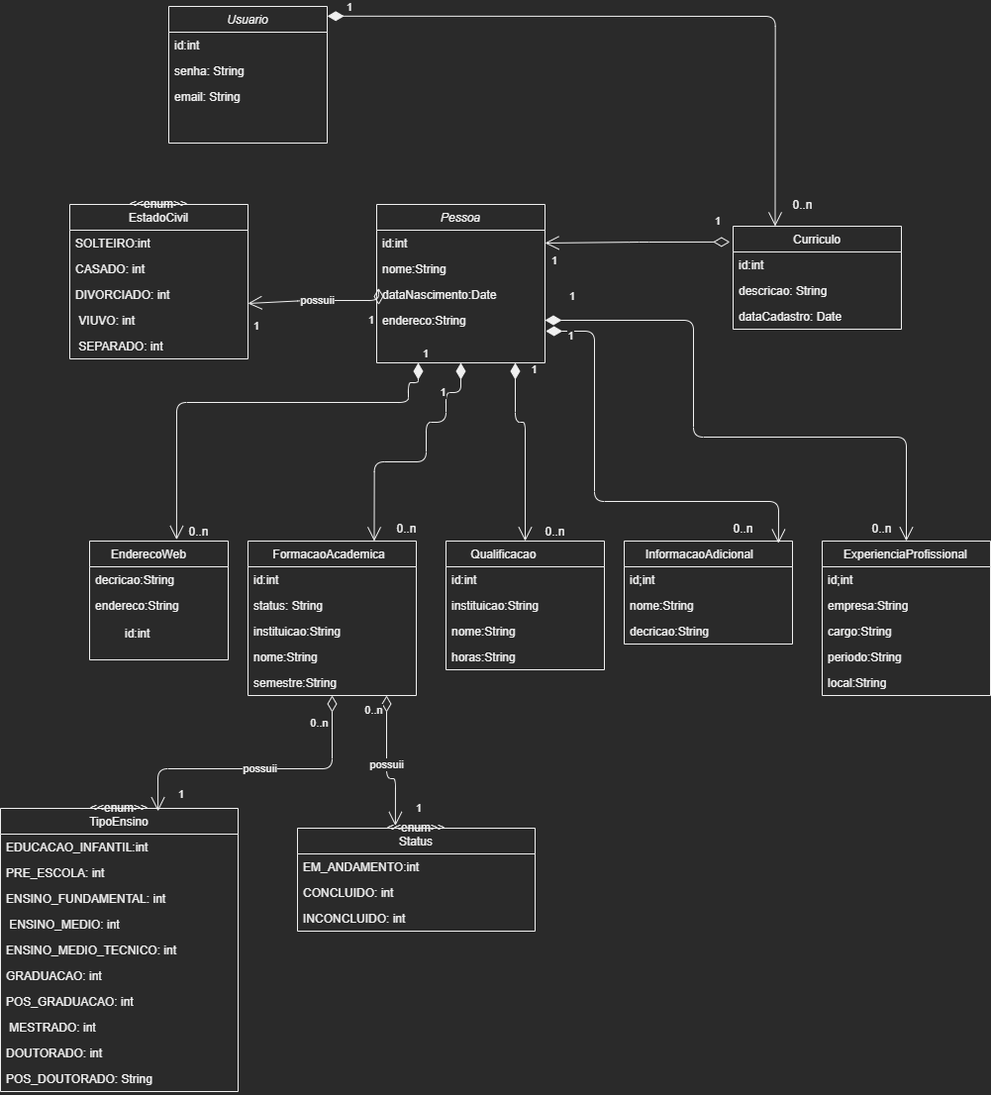
The draw.io diagram Documentação/Diagrama de Classes - TP 2.png in LuizFreitas225/Curriculos-GGAC, before a commit. Source tidied: cells renumbered, new cells last; positions are measured from the earlier drawing's top-left corner, leaving out a move shared by most shapes.
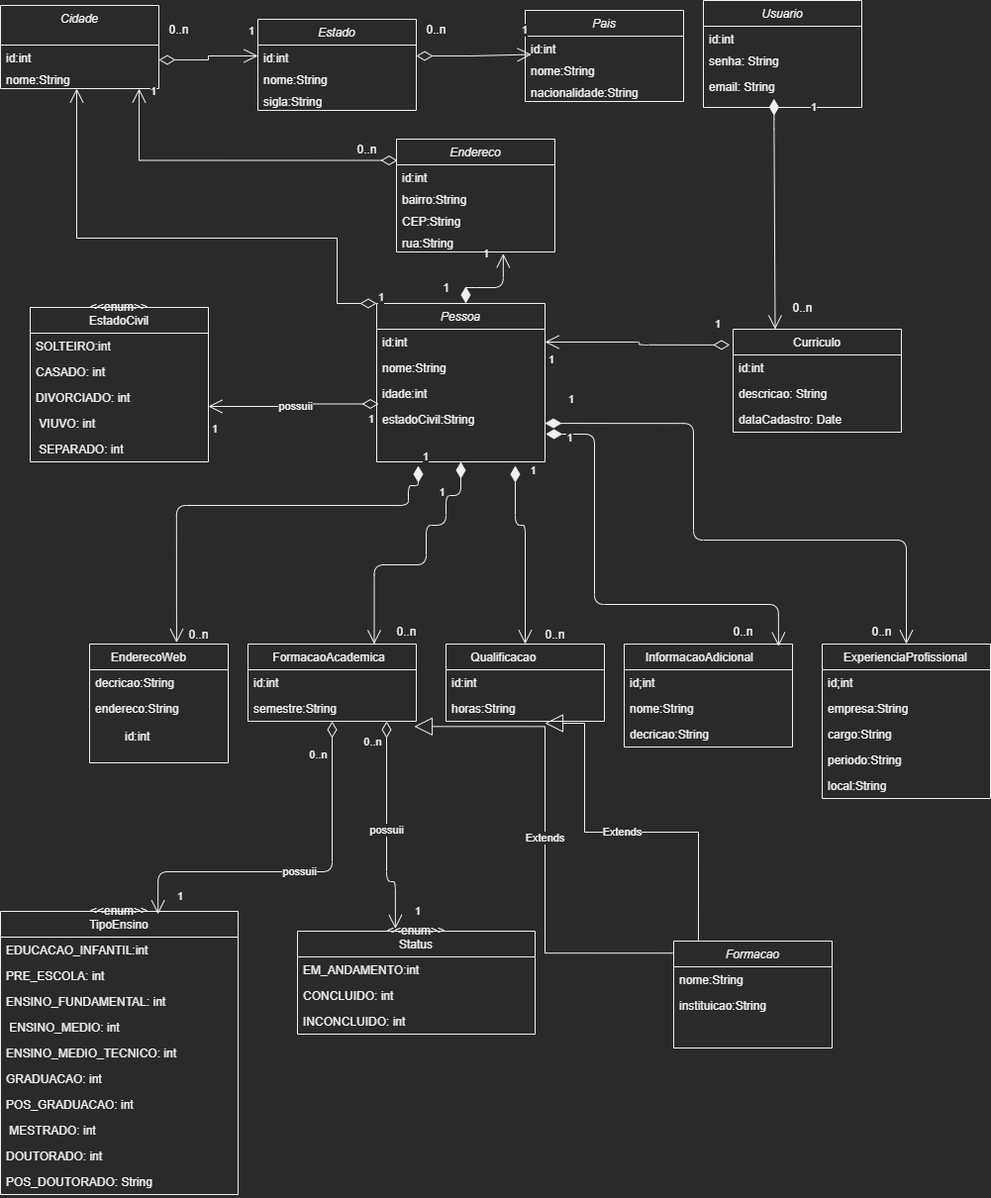
After the change.

Change to the diagram source:
```diff
@@ -5,12 +5,12 @@
     <mxCell id="2" value="Usuario" style="swimlane;fontStyle=2;align=center;verticalAlign=top;horizontal=1;startSize=26;rounded=0;shadow=0;strokeWidth=1;" parent="1" vertex="1">
-      <mxGeometry x="170" width="160" height="138" as="geometry" />
+      <mxGeometry x="710" y="-110" width="160" height="108" as="geometry" />
     </mxCell>
     <mxCell id="3" value="id:int" style="text;align=left;verticalAlign=top;spacingLeft=4;spacingRight=4;overflow=hidden;rounded=0;shadow=0;html=0;" parent="2" vertex="1">
-      <mxGeometry y="26" width="160" height="26" as="geometry" />
+      <mxGeometry y="26" width="160" height="22" as="geometry" />
     </mxCell>
     <mxCell id="4" value="senha: String " style="text;align=left;verticalAlign=top;spacingLeft=4;spacingRight=4;overflow=hidden;rounded=0;shadow=0;html=0;" parent="2" vertex="1">
-      <mxGeometry y="52" width="160" height="26" as="geometry" />
+      <mxGeometry y="48" width="160" height="26" as="geometry" />
     </mxCell>
     <mxCell id="5" value="email: String&#10;" style="text;align=left;verticalAlign=top;spacingLeft=4;spacingRight=4;overflow=hidden;points=[[0,0.5],[1,0.5]];portConstraint=eastwest;rounded=0;shadow=0;html=0;" parent="2" vertex="1">
-      <mxGeometry y="78" width="160" height="26" as="geometry" />
+      <mxGeometry y="74" width="160" height="26" as="geometry" />
     </mxCell>
@@ -29,3 +29,3 @@
     <mxCell id="10" value="&lt;&lt;enum&gt;&gt; &#10;EstadoCivil&#10;" style="swimlane;fontStyle=0;horizontal=1;startSize=26;" parent="1" vertex="1">
-      <mxGeometry x="70" y="200" width="180" height="156" as="geometry" />
+      <mxGeometry x="30" y="200" width="180" height="156" as="geometry" />
     </mxCell>
@@ -59,3 +59,3 @@
     <mxCell id="20" value="       FormacaoAcademica" style="swimlane;fontStyle=0;horizontal=1;startSize=26;fillColor=none;align=left;verticalAlign=top;" parent="1" vertex="1">
-      <mxGeometry x="250" y="540" width="170" height="156" as="geometry" />
+      <mxGeometry x="250" y="540" width="170" height="78" as="geometry" />
     </mxCell>
@@ -64,13 +64,4 @@
     </mxCell>
-    <mxCell id="22" value="status: String" style="text;strokeColor=none;fillColor=none;align=left;verticalAlign=top;spacingLeft=4;spacingRight=4;overflow=hidden;" parent="20" vertex="1">
-      <mxGeometry y="52" width="170" height="26" as="geometry" />
-    </mxCell>
-    <mxCell id="23" value="instituicao:String" style="text;strokeColor=none;fillColor=none;align=left;verticalAlign=top;spacingLeft=4;spacingRight=4;overflow=hidden;" parent="20" vertex="1">
-      <mxGeometry y="78" width="170" height="26" as="geometry" />
-    </mxCell>
-    <mxCell id="24" value="nome:String" style="text;strokeColor=none;fillColor=none;align=left;verticalAlign=top;spacingLeft=4;spacingRight=4;overflow=hidden;" parent="20" vertex="1">
-      <mxGeometry y="104" width="170" height="26" as="geometry" />
-    </mxCell>
     <mxCell id="25" value="semestre:String" style="text;strokeColor=none;fillColor=none;align=left;verticalAlign=top;spacingLeft=4;spacingRight=4;overflow=hidden;points=[[0,0.5],[1,0.5]];portConstraint=eastwest;" parent="20" vertex="1">
-      <mxGeometry y="130" width="170" height="26" as="geometry" />
+      <mxGeometry y="52" width="170" height="26" as="geometry" />
     </mxCell>
@@ -110,3 +101,3 @@
     <mxCell id="37" value="       Qualificacao" style="swimlane;fontStyle=0;horizontal=1;startSize=26;fillColor=none;align=left;verticalAlign=top;" parent="1" vertex="1">
-      <mxGeometry x="450" y="540" width="160" height="130" as="geometry" />
+      <mxGeometry x="450" y="540" width="160" height="78" as="geometry" />
     </mxCell>
@@ -115,10 +106,4 @@
     </mxCell>
-    <mxCell id="39" value="instituicao:String" style="text;strokeColor=none;fillColor=none;align=left;verticalAlign=top;spacingLeft=4;spacingRight=4;overflow=hidden;" parent="37" vertex="1">
-      <mxGeometry y="52" width="160" height="26" as="geometry" />
-    </mxCell>
-    <mxCell id="40" value="nome:String" style="text;strokeColor=none;fillColor=none;align=left;verticalAlign=top;spacingLeft=4;spacingRight=4;overflow=hidden;" parent="37" vertex="1">
-      <mxGeometry y="78" width="160" height="26" as="geometry" />
-    </mxCell>
     <mxCell id="41" value="horas:String" style="text;strokeColor=none;fillColor=none;align=left;verticalAlign=top;spacingLeft=4;spacingRight=4;overflow=hidden;" parent="37" vertex="1">
-      <mxGeometry y="104" width="160" height="26" as="geometry" />
+      <mxGeometry y="52" width="160" height="26" as="geometry" />
     </mxCell>
@@ -155,4 +140,13 @@
     <mxCell id="52" value="Pessoa" style="swimlane;fontStyle=2;align=center;verticalAlign=top;horizontal=1;startSize=26;rounded=0;shadow=0;strokeWidth=1;" parent="1" vertex="1">
-      <mxGeometry x="380" y="200" width="170" height="160" as="geometry" />
+      <mxGeometry x="380" y="196" width="170" height="160" as="geometry" />
     </mxCell>
+    <mxCell id="88" value="1" style="endArrow=open;html=1;endSize=12;startArrow=diamondThin;startSize=14;startFill=1;edgeStyle=orthogonalEdgeStyle;align=left;verticalAlign=bottom;exitX=1;exitY=0.5;exitDx=0;exitDy=0;entryX=0.674;entryY=1.078;entryDx=0;entryDy=0;entryPerimeter=0;" parent="52" edge="1" target="112">
+      <mxGeometry x="0.76" y="22" relative="1" as="geometry">
+        <mxPoint x="90" y="-0.1" as="sourcePoint" />
+        <Array as="points">
+          <mxPoint x="90" y="-16" />
+          <mxPoint x="128" y="-16" />
+        </Array>
+      </mxGeometry>
+    </mxCell>
     <mxCell id="53" value="id:int" style="text;align=left;verticalAlign=top;spacingLeft=4;spacingRight=4;overflow=hidden;points=[[0,0.5],[1,0.5]];portConstraint=eastwest;rounded=0;shadow=0;html=0;" parent="52" vertex="1">
@@ -163,8 +157,8 @@
     </mxCell>
-    <mxCell id="55" value="dataNascimento:Date" style="text;align=left;verticalAlign=top;spacingLeft=4;spacingRight=4;overflow=hidden;points=[[0,0.5],[1,0.5]];portConstraint=eastwest;rounded=0;shadow=0;html=0;" parent="52" vertex="1">
+    <mxCell id="55" value="idade:int" style="text;align=left;verticalAlign=top;spacingLeft=4;spacingRight=4;overflow=hidden;points=[[0,0.5],[1,0.5]];portConstraint=eastwest;rounded=0;shadow=0;html=0;" parent="52" vertex="1">
       <mxGeometry y="78" width="170" height="26" as="geometry" />
     </mxCell>
-    <mxCell id="56" value="endereco:String " style="text;align=left;verticalAlign=top;spacingLeft=4;spacingRight=4;overflow=hidden;points=[[0,0.5],[1,0.5]];portConstraint=eastwest;rounded=0;shadow=0;html=0;" parent="52" vertex="1">
-      <mxGeometry y="104" width="170" height="26" as="geometry" />
-    </mxCell>
+    <mxCell id="89" value="estadoCivil:String " style="text;align=left;verticalAlign=top;spacingLeft=4;spacingRight=4;overflow=hidden;rounded=0;shadow=0;html=0;" parent="52" vertex="1">
+      <mxGeometry y="104" width="170" height="26" as="geometry" />
+    </mxCell>
     <mxCell id="57" value="possuii" style="endArrow=open;html=1;endSize=12;startArrow=diamondThin;startSize=14;startFill=0;edgeStyle=orthogonalEdgeStyle;entryX=1;entryY=-0.154;entryDx=0;entryDy=0;entryPerimeter=0;exitX=0.012;exitY=0.903;exitDx=0;exitDy=0;exitPerimeter=0;" parent="1" edge="1" source="55" target="14">
@@ -270,4 +264,5 @@
     </mxCell>
-    <mxCell id="74" style="endArrow=open;html=1;endSize=12;startArrow=diamondThin;startSize=14;startFill=1;edgeStyle=orthogonalEdgeStyle;align=left;verticalAlign=bottom;entryX=0.917;entryY=0.021;entryDx=0;entryDy=0;entryPerimeter=0;exitX=1.004;exitY=0.923;exitDx=0;exitDy=0;exitPerimeter=0;" parent="1" edge="1" source="56" target="48">
+    <mxCell id="74" style="endArrow=open;html=1;endSize=12;startArrow=diamondThin;startSize=14;startFill=1;edgeStyle=orthogonalEdgeStyle;align=left;verticalAlign=bottom;entryX=0.917;entryY=0.021;entryDx=0;entryDy=0;entryPerimeter=0;exitX=1.004;exitY=0.923;exitDx=0;exitDy=0;exitPerimeter=0;" parent="1" edge="1" target="48">
       <mxGeometry x="-0.92" y="17" relative="1" as="geometry">
+        <mxPoint x="550.7" y="328" as="sourcePoint" />
         <Array as="points">
@@ -287,4 +282,5 @@
     </mxCell>
-    <mxCell id="77" value="1" style="endArrow=open;html=1;endSize=12;startArrow=diamondThin;startSize=14;startFill=1;edgeStyle=orthogonalEdgeStyle;align=left;verticalAlign=bottom;" parent="1" edge="1" source="56" target="42">
+    <mxCell id="77" value="1" style="endArrow=open;html=1;endSize=12;startArrow=diamondThin;startSize=14;startFill=1;edgeStyle=orthogonalEdgeStyle;align=left;verticalAlign=bottom;" parent="1" edge="1" target="42">
       <mxGeometry x="-0.93" y="15" relative="1" as="geometry">
+        <mxPoint x="550" y="317.1" as="sourcePoint" />
         <Array as="points">
@@ -299,7 +295,6 @@
     </mxCell>
-    <mxCell id="79" value="1" style="endArrow=open;html=1;endSize=12;startArrow=diamondThin;startSize=14;startFill=1;edgeStyle=orthogonalEdgeStyle;align=left;verticalAlign=bottom;exitX=1.001;exitY=0.071;exitDx=0;exitDy=0;exitPerimeter=0;entryX=0.25;entryY=0;entryDx=0;entryDy=0;" parent="1" edge="1" source="2" target="6">
+    <mxCell id="79" value="1" style="endArrow=open;html=1;endSize=12;startArrow=diamondThin;startSize=14;startFill=1;edgeStyle=orthogonalEdgeStyle;align=left;verticalAlign=bottom;entryX=0.25;entryY=0;entryDx=0;entryDy=0;exitX=0.446;exitY=0.973;exitDx=0;exitDy=0;exitPerimeter=0;" parent="1" edge="1" source="5" target="6">
       <mxGeometry x="-1" y="18" relative="1" as="geometry">
         <Array as="points">
-          <mxPoint x="333" y="10" />
-          <mxPoint x="773" y="10" />
+          <mxPoint x="781" y="10" />
         </Array>
@@ -341,2 +336,107 @@
     </mxCell>
+    <mxCell id="90" value="Cidade" style="swimlane;fontStyle=2;align=center;verticalAlign=top;horizontal=1;startSize=40;rounded=0;shadow=0;strokeWidth=1;" parent="1" vertex="1">
+      <mxGeometry y="-105" width="160" height="84" as="geometry" />
+    </mxCell>
+    <mxCell id="91" value="id:int" style="text;align=left;verticalAlign=top;spacingLeft=4;spacingRight=4;overflow=hidden;rounded=0;shadow=0;html=0;" parent="90" vertex="1">
+      <mxGeometry y="40" width="160" height="22" as="geometry" />
+    </mxCell>
+    <mxCell id="92" value="nome:String" style="text;align=left;verticalAlign=top;spacingLeft=4;spacingRight=4;overflow=hidden;points=[[0,0.5],[1,0.5]];portConstraint=eastwest;rounded=0;shadow=0;html=0;" parent="90" vertex="1">
+      <mxGeometry y="62" width="160" height="22" as="geometry" />
+    </mxCell>
+    <mxCell id="93" value="1" style="endArrow=open;html=1;endSize=12;startArrow=diamondThin;startSize=14;startFill=0;edgeStyle=orthogonalEdgeStyle;align=left;verticalAlign=bottom;rounded=0;exitX=0.006;exitY=0.189;exitDx=0;exitDy=0;exitPerimeter=0;" parent="90" edge="1" source="108">
+      <mxGeometry x="0.93" y="-10" relative="1" as="geometry">
+        <mxPoint x="140" y="84" as="targetPoint" />
+        <Array as="points">
+          <mxPoint x="140" y="157" />
+        </Array>
+      </mxGeometry>
+    </mxCell>
+    <mxCell id="94" value="Pais" style="swimlane;fontStyle=2;align=center;verticalAlign=top;horizontal=1;startSize=26;rounded=0;shadow=0;strokeWidth=1;" parent="1" vertex="1">
+      <mxGeometry x="530" y="-100" width="160" height="92" as="geometry" />
+    </mxCell>
+    <mxCell id="95" value="id:int" style="text;align=left;verticalAlign=top;spacingLeft=4;spacingRight=4;overflow=hidden;rounded=0;shadow=0;html=0;" parent="94" vertex="1">
+      <mxGeometry y="26" width="160" height="22" as="geometry" />
+    </mxCell>
+    <mxCell id="96" value="nome:String" style="text;align=left;verticalAlign=top;spacingLeft=4;spacingRight=4;overflow=hidden;points=[[0,0.5],[1,0.5]];portConstraint=eastwest;rounded=0;shadow=0;html=0;" parent="94" vertex="1">
+      <mxGeometry y="48" width="160" height="22" as="geometry" />
+    </mxCell>
+    <mxCell id="97" value="nacionalidade:String" style="text;align=left;verticalAlign=top;spacingLeft=4;spacingRight=4;overflow=hidden;rounded=0;shadow=0;html=0;" parent="94" vertex="1">
+      <mxGeometry y="70" width="160" height="22" as="geometry" />
+    </mxCell>
+    <mxCell id="98" value="Estado" style="swimlane;fontStyle=2;align=center;verticalAlign=top;horizontal=1;startSize=26;rounded=0;shadow=0;strokeWidth=1;" parent="1" vertex="1">
+      <mxGeometry x="260" y="-91" width="160" height="92" as="geometry" />
+    </mxCell>
+    <mxCell id="99" value="id:int" style="text;align=left;verticalAlign=top;spacingLeft=4;spacingRight=4;overflow=hidden;points=[[0,0.5],[1,0.5]];portConstraint=eastwest;rounded=0;shadow=0;html=0;" parent="98" vertex="1">
+      <mxGeometry y="26" width="160" height="22" as="geometry" />
+    </mxCell>
+    <mxCell id="100" value="nome:String" style="text;align=left;verticalAlign=top;spacingLeft=4;spacingRight=4;overflow=hidden;rounded=0;shadow=0;html=0;" parent="98" vertex="1">
+      <mxGeometry y="48" width="160" height="22" as="geometry" />
+    </mxCell>
+    <mxCell id="101" value="sigla:String" style="text;align=left;verticalAlign=top;spacingLeft=4;spacingRight=4;overflow=hidden;rounded=0;shadow=0;html=0;" parent="98" vertex="1">
+      <mxGeometry y="70" width="160" height="22" as="geometry" />
+    </mxCell>
+    <mxCell id="102" value="1" style="text;html=1;align=center;verticalAlign=middle;fillColor=none;strokeColor=none;rounded=0;" parent="1" vertex="1">
+      <mxGeometry x="440" y="170" width="20" height="20" as="geometry" />
+    </mxCell>
+    <mxCell id="103" value="0..n" style="text;html=1;align=center;verticalAlign=middle;fillColor=none;strokeColor=none;rounded=0;" parent="1" vertex="1">
+      <mxGeometry x="420" y="-91" width="40" height="20" as="geometry" />
+    </mxCell>
+    <mxCell id="104" value="0..n" style="text;html=1;align=center;verticalAlign=middle;fillColor=none;strokeColor=none;rounded=0;" parent="1" vertex="1">
+      <mxGeometry x="160" y="-91" width="40" height="20" as="geometry" />
+    </mxCell>
+    <mxCell id="105" value="Formacao" style="swimlane;fontStyle=2;align=center;verticalAlign=top;horizontal=1;startSize=26;rounded=0;shadow=0;strokeWidth=1;" parent="1" vertex="1">
+      <mxGeometry x="680" y="840" width="160" height="108" as="geometry" />
+    </mxCell>
+    <mxCell id="40" value="nome:String" style="text;strokeColor=none;fillColor=none;align=left;verticalAlign=top;spacingLeft=4;spacingRight=4;overflow=hidden;" parent="105" vertex="1">
+      <mxGeometry y="26" width="160" height="26" as="geometry" />
+    </mxCell>
+    <mxCell id="23" value="instituicao:String" style="text;strokeColor=none;fillColor=none;align=left;verticalAlign=top;spacingLeft=4;spacingRight=4;overflow=hidden;" parent="105" vertex="1">
+      <mxGeometry y="52" width="160" height="26" as="geometry" />
+    </mxCell>
+    <mxCell id="106" value="Extends" style="endArrow=block;endSize=16;endFill=0;html=1;rounded=0;edgeStyle=orthogonalEdgeStyle;exitX=0.156;exitY=-0.007;exitDx=0;exitDy=0;exitPerimeter=0;" parent="1" edge="1" source="105">
+      <mxGeometry relative="1" as="geometry">
+        <mxPoint x="550" y="620" as="targetPoint" />
+        <Array as="points">
+          <mxPoint x="705" y="730" />
+          <mxPoint x="590" y="730" />
+          <mxPoint x="590" y="620" />
+        </Array>
+      </mxGeometry>
+    </mxCell>
+    <mxCell id="107" value="Extends" style="endArrow=block;endSize=16;endFill=0;html=1;rounded=0;edgeStyle=orthogonalEdgeStyle;exitX=-0.006;exitY=0.113;exitDx=0;exitDy=0;exitPerimeter=0;entryX=0.988;entryY=1.204;entryDx=0;entryDy=0;entryPerimeter=0;" parent="1" edge="1" source="105" target="25">
+      <mxGeometry relative="1" as="geometry" />
+    </mxCell>
+    <mxCell id="108" value="Endereco" style="swimlane;fontStyle=2;align=center;verticalAlign=top;horizontal=1;startSize=26;rounded=0;shadow=0;strokeWidth=1;" parent="1" vertex="1">
+      <mxGeometry x="400" y="30" width="160" height="114" as="geometry" />
+    </mxCell>
+    <mxCell id="109" value="id:int" style="text;align=left;verticalAlign=top;spacingLeft=4;spacingRight=4;overflow=hidden;rounded=0;shadow=0;html=0;" parent="108" vertex="1">
+      <mxGeometry y="26" width="160" height="22" as="geometry" />
+    </mxCell>
+    <mxCell id="110" value="bairro:String" style="text;align=left;verticalAlign=top;spacingLeft=4;spacingRight=4;overflow=hidden;rounded=0;shadow=0;html=0;" parent="108" vertex="1">
+      <mxGeometry y="48" width="160" height="22" as="geometry" />
+    </mxCell>
+    <mxCell id="111" value="CEP:String" style="text;align=left;verticalAlign=top;spacingLeft=4;spacingRight=4;overflow=hidden;rounded=0;shadow=0;html=0;" parent="108" vertex="1">
+      <mxGeometry y="70" width="160" height="22" as="geometry" />
+    </mxCell>
+    <mxCell id="112" value="rua:String" style="text;align=left;verticalAlign=top;spacingLeft=4;spacingRight=4;overflow=hidden;points=[[0,0.5],[1,0.5]];portConstraint=eastwest;rounded=0;shadow=0;html=0;" parent="108" vertex="1">
+      <mxGeometry y="92" width="160" height="22" as="geometry" />
+    </mxCell>
+    <mxCell id="113" value="1" style="endArrow=open;html=1;endSize=12;startArrow=diamondThin;startSize=14;startFill=0;edgeStyle=orthogonalEdgeStyle;align=left;verticalAlign=bottom;rounded=0;exitX=1;exitY=-0.318;exitDx=0;exitDy=0;exitPerimeter=0;" parent="1" edge="1" source="92" target="99">
+      <mxGeometry x="0.81" y="16" relative="1" as="geometry" />
+    </mxCell>
+    <mxCell id="114" value="1" style="endArrow=open;html=1;endSize=12;startArrow=diamondThin;startSize=14;startFill=0;edgeStyle=orthogonalEdgeStyle;align=left;verticalAlign=bottom;rounded=0;entryX=0.039;entryY=-0.158;entryDx=0;entryDy=0;entryPerimeter=0;" parent="1" edge="1" source="99" target="96">
+      <mxGeometry x="0.81" y="16" relative="1" as="geometry" />
+    </mxCell>
+    <mxCell id="115" value="1" style="endArrow=open;html=1;endSize=12;startArrow=diamondThin;startSize=14;startFill=0;edgeStyle=orthogonalEdgeStyle;align=left;verticalAlign=bottom;rounded=0;exitX=0;exitY=0;exitDx=0;exitDy=0;" parent="1" edge="1" source="52" target="92">
+      <mxGeometry x="-1" y="3" relative="1" as="geometry">
+        <Array as="points">
+          <mxPoint x="340" y="196" />
+          <mxPoint x="340" y="130" />
+          <mxPoint x="77" y="130" />
+        </Array>
+      </mxGeometry>
+    </mxCell>
+    <mxCell id="116" value="0..n" style="text;html=1;align=center;verticalAlign=middle;fillColor=none;strokeColor=none;rounded=0;" parent="1" vertex="1">
+      <mxGeometry x="350" y="30" width="40" height="20" as="geometry" />
+    </mxCell>
   </root>
```
